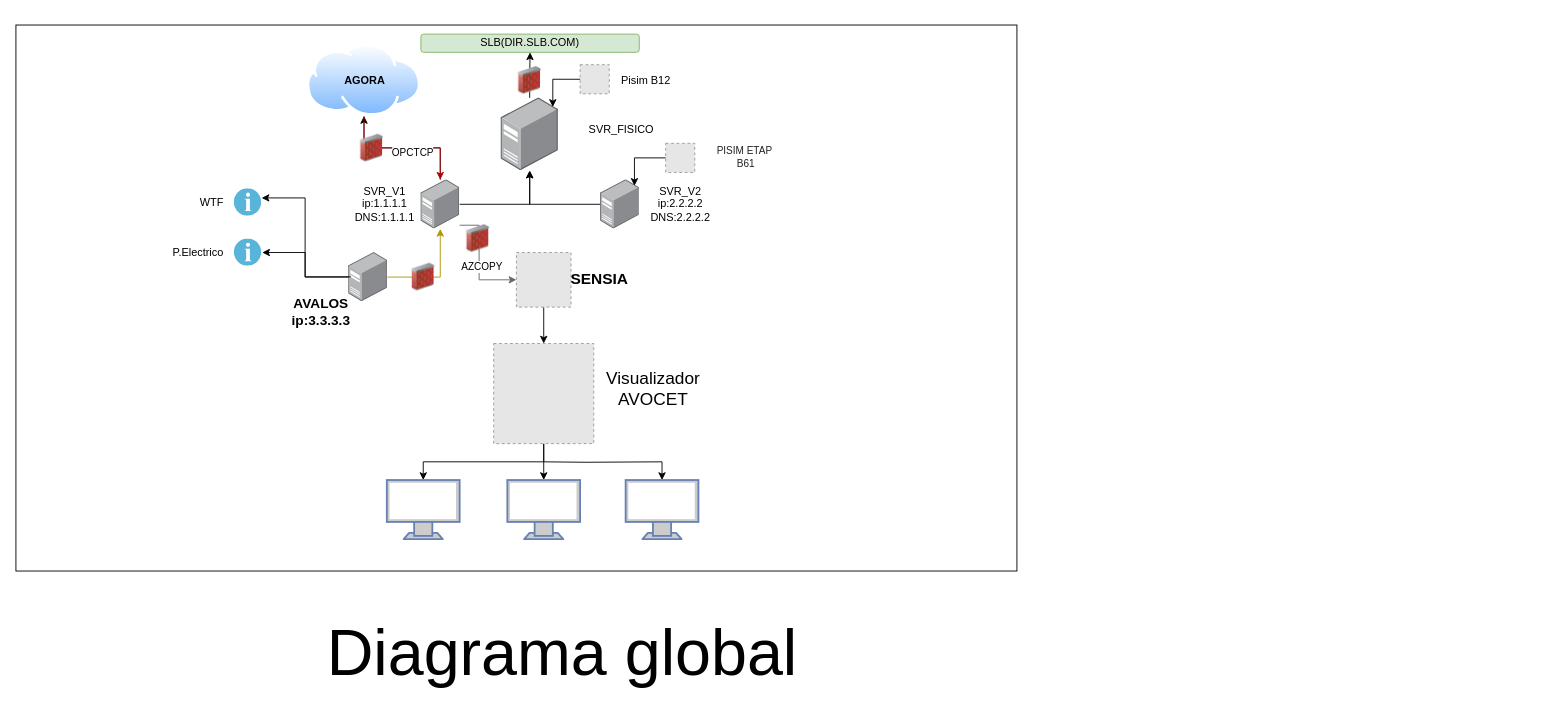
This is Untitled Diagram.drawio from Kleberslb/Diagramas, a draw.io file, before an edit. Source tidied: cells renumbered, new cells numbered last; positions are measured from the earlier drawing's top-left corner, leaving out a move shared by most shapes. Both pictures are drawn from the tidied source at 91%, with x=0, y=0 at pixel (15, 25). Pictures stored in the file or linked from it are replaced by grey dashed boxes.
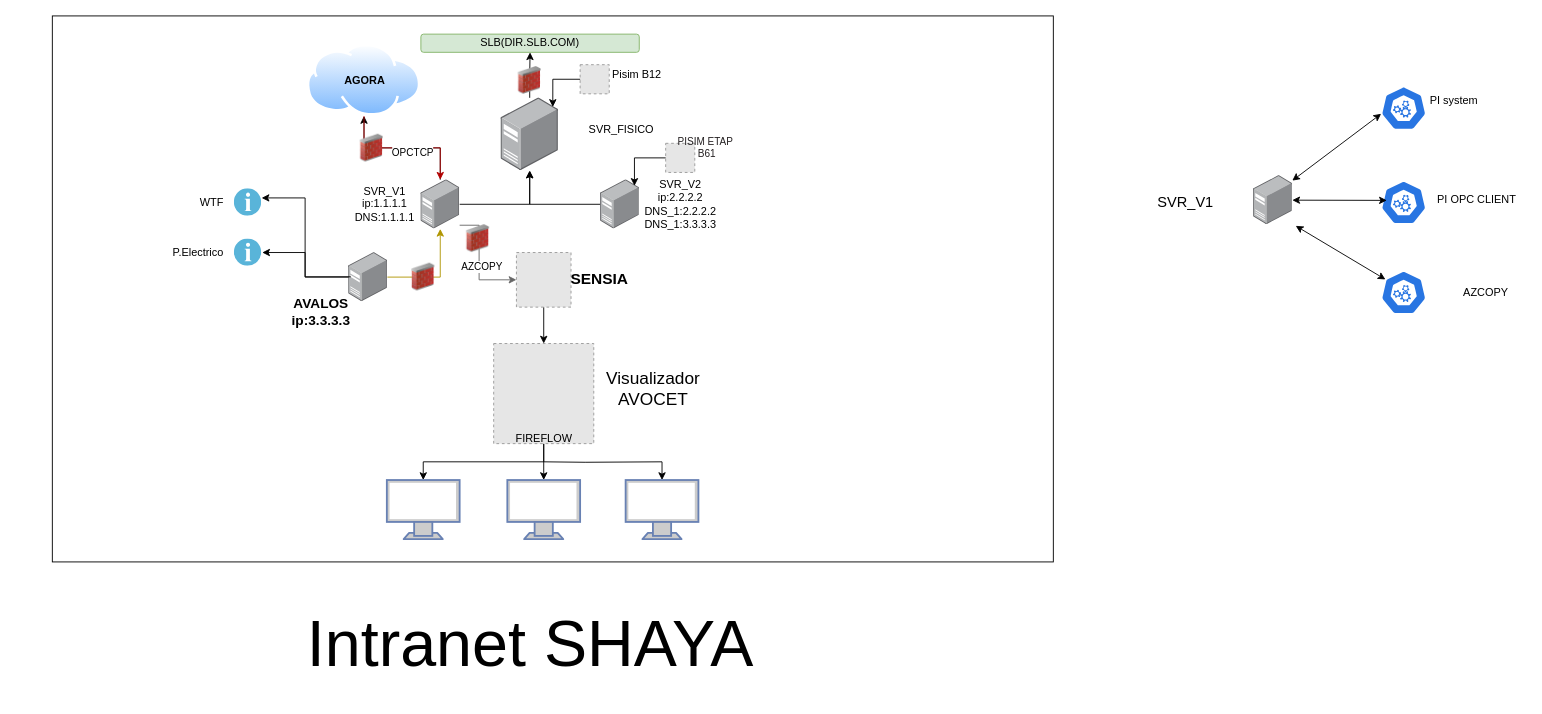
After the change.

Change to the diagram source:
```diff
@@
     <mxCell id="2" style="whiteSpace=wrap;html=1;" parent="1" vertex="1">
-      <mxGeometry width="1100" height="600" as="geometry" />
+      <mxGeometry x="40" y="-10" width="1100" height="600" as="geometry" />
     </mxCell>
@@
-    <mxCell id="15" value="SVR_V2&lt;div&gt;ip:2.2.2.2&lt;/div&gt;&lt;div&gt;DNS:2.2.2.2&lt;/div&gt;" style="text;html=1;align=center;verticalAlign=middle;strokeColor=none;fillColor=none;" parent="1" vertex="1">
-      <mxGeometry x="685" y="167" width="90" height="60" as="geometry" />
+    <mxCell id="15" value="SVR_V2&lt;div&gt;ip:2.2.2.2&lt;/div&gt;&lt;div&gt;DNS_1:2.2.2.2&lt;/div&gt;&lt;div&gt;DNS_1:3.3.3.3&lt;/div&gt;" style="text;html=1;align=center;verticalAlign=middle;strokeColor=none;fillColor=none;" parent="1" vertex="1">
+      <mxGeometry x="680" y="162" width="100" height="70" as="geometry" />
     </mxCell>
@@
     <mxCell id="36" value="Pisim B12" style="text;html=1;align=center;verticalAlign=middle;strokeColor=none;fillColor=none;" parent="1" vertex="1">
-      <mxGeometry x="652" y="45.6" width="80" height="30" as="geometry" />
+      <mxGeometry x="642.4" y="40" width="80" height="30" as="geometry" />
     </mxCell>
@@
     <mxCell id="39" value="&lt;span lang=&quot;ES-EC&quot; style=&quot;color: rgb(35, 31, 32);&quot;&gt;PISIM ETAP&amp;nbsp;&lt;/span&gt;&lt;div&gt;&lt;span lang=&quot;ES-EC&quot; style=&quot;color: rgb(35, 31, 32);&quot;&gt;B61&lt;/span&gt;&lt;/div&gt;" style="text;html=1;align=center;verticalAlign=middle;strokeColor=none;fillColor=none;fontSize=11;" parent="1" vertex="1">
-      <mxGeometry x="757" y="125" width="90" height="40" as="geometry" />
+      <mxGeometry x="714" y="115.3" width="90" height="40" as="geometry" />
     </mxCell>
@@
-    <mxCell id="46" value="&lt;span style=&quot;font-size: 71px;&quot;&gt;Diagrama global&lt;/span&gt;" style="text;html=1;align=center;verticalAlign=middle;strokeColor=none;fillColor=none;" parent="1" vertex="1">
-      <mxGeometry x="330" y="640" width="540" height="100" as="geometry" />
+    <mxCell id="46" value="&lt;span style=&quot;font-size: 71px;&quot;&gt;Intranet SHAYA&lt;/span&gt;" style="text;html=1;align=center;verticalAlign=middle;strokeColor=none;fillColor=none;" parent="1" vertex="1">
+      <mxGeometry x="309.6" y="630" width="510" height="100" as="geometry" />
     </mxCell>
@@
+    <mxCell id="51" style="image;points=[];html=1;align=center;shadow=0;dashed=0;image=img/lib/allied_telesis/computer_and_terminals/Server_Desktop.svg;direction=east;" parent="1" vertex="1">
+      <mxGeometry x="1360" y="165.4" width="42.6" height="54" as="geometry" />
+    </mxCell>
+    <mxCell id="52" style="sketch=0;html=1;dashed=0;whitespace=wrap;verticalLabelPosition=bottom;verticalAlign=top;fillColor=#2875E2;strokeColor=#ffffff;points=[[0.005,0.63,0],[0.1,0.2,0],[0.9,0.2,0],[0.5,0,0],[0.995,0.63,0],[0.72,0.99,0],[0.5,1,0],[0.28,0.99,0]];shape=mxgraph.kubernetes.icon2;prIcon=api;" parent="1" vertex="1">
+      <mxGeometry x="1500" y="67.3" width="50" height="48" as="geometry" />
+    </mxCell>
+    <mxCell id="53" style="sketch=0;html=1;dashed=0;whitespace=wrap;verticalLabelPosition=bottom;verticalAlign=top;fillColor=#2875E2;strokeColor=#ffffff;points=[[0.005,0.63,0],[0.1,0.2,0],[0.9,0.2,0],[0.5,0,0],[0.995,0.63,0],[0.72,0.99,0],[0.5,1,0],[0.28,0.99,0]];shape=mxgraph.kubernetes.icon2;prIcon=api;" parent="1" vertex="1">
+      <mxGeometry x="1500" y="171" width="50" height="48" as="geometry" />
+    </mxCell>
+    <mxCell id="54" style="sketch=0;html=1;dashed=0;whitespace=wrap;verticalLabelPosition=bottom;verticalAlign=top;fillColor=#2875E2;strokeColor=#ffffff;points=[[0.005,0.63,0],[0.1,0.2,0],[0.9,0.2,0],[0.5,0,0],[0.995,0.63,0],[0.72,0.99,0],[0.5,1,0],[0.28,0.99,0]];shape=mxgraph.kubernetes.icon2;prIcon=api;" parent="1" vertex="1">
+      <mxGeometry x="1500" y="270" width="50" height="48" as="geometry" />
+    </mxCell>
+    <mxCell id="55" style="endArrow=classic;startArrow=classic;html=1;rounded=0;entryX=0.005;entryY=0.63;entryDx=0;entryDy=0;entryPerimeter=0;" parent="1" edge="1" target="52">
+      <mxGeometry relative="1" as="geometry">
+        <mxPoint x="1402.6" y="171" as="sourcePoint" />
+      </mxGeometry>
+    </mxCell>
+    <mxCell id="56" style="endArrow=classic;startArrow=classic;html=1;rounded=0;entryX=0.13;entryY=0.452;entryDx=0;entryDy=0;entryPerimeter=0;" parent="1" edge="1" source="51" target="53">
+      <mxGeometry relative="1" as="geometry" />
+    </mxCell>
+    <mxCell id="57" style="endArrow=classic;startArrow=classic;html=1;rounded=0;entryX=0.1;entryY=0.2;entryDx=0;entryDy=0;entryPerimeter=0;exitX=1.088;exitY=1.024;exitDx=0;exitDy=0;exitPerimeter=0;" parent="1" edge="1" source="51" target="54">
+      <mxGeometry relative="1" as="geometry" />
+    </mxCell>
+    <mxCell id="58" value="PI system" style="text;html=1;align=center;verticalAlign=middle;strokeColor=none;fillColor=none;" parent="1" vertex="1">
+      <mxGeometry x="1540" y="68" width="80" height="30" as="geometry" />
+    </mxCell>
+    <mxCell id="59" value="PI OPC CLIENT" style="text;html=1;align=center;verticalAlign=middle;strokeColor=none;fillColor=none;" parent="1" vertex="1">
+      <mxGeometry x="1550" y="177.4" width="110" height="30" as="geometry" />
+    </mxCell>
+    <mxCell id="60" value="AZCOPY" style="text;html=1;align=center;verticalAlign=middle;strokeColor=none;fillColor=none;" parent="1" vertex="1">
+      <mxGeometry x="1580" y="279" width="70" height="30" as="geometry" />
+    </mxCell>
+    <mxCell id="61" value="&lt;font style=&quot;font-size: 16px;&quot;&gt;SVR_V1&lt;/font&gt;" style="text;html=1;align=center;verticalAlign=middle;strokeColor=none;fillColor=none;" parent="1" vertex="1">
+      <mxGeometry x="1245" y="180" width="80" height="30" as="geometry" />
+    </mxCell>
+    <mxCell id="62" value="FIREFLOW" style="text;html=1;align=center;verticalAlign=middle;strokeColor=none;fillColor=none;" parent="1" vertex="1">
+      <mxGeometry x="535" y="440" width="90" height="30" as="geometry" />
+    </mxCell>
```
